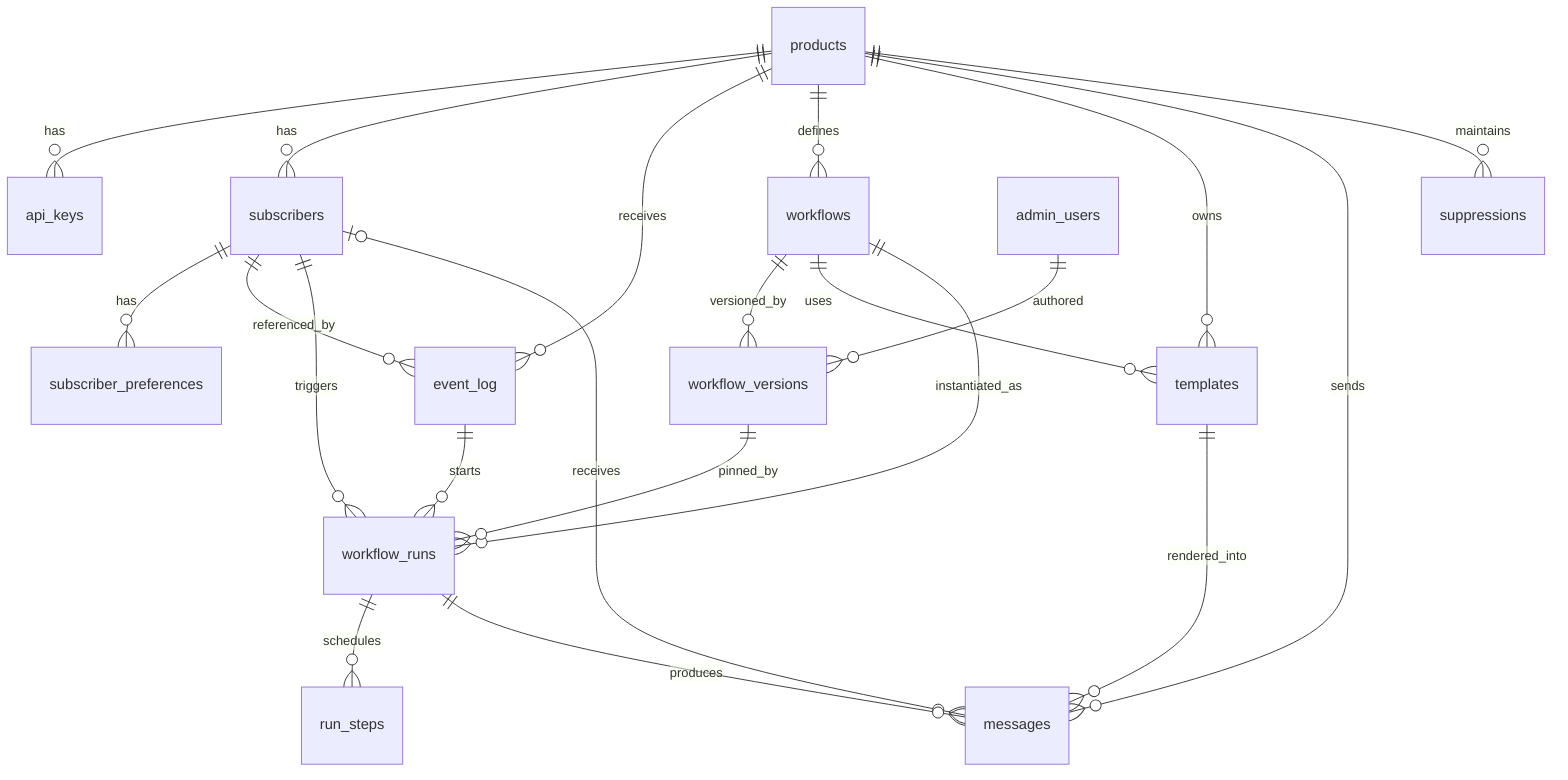
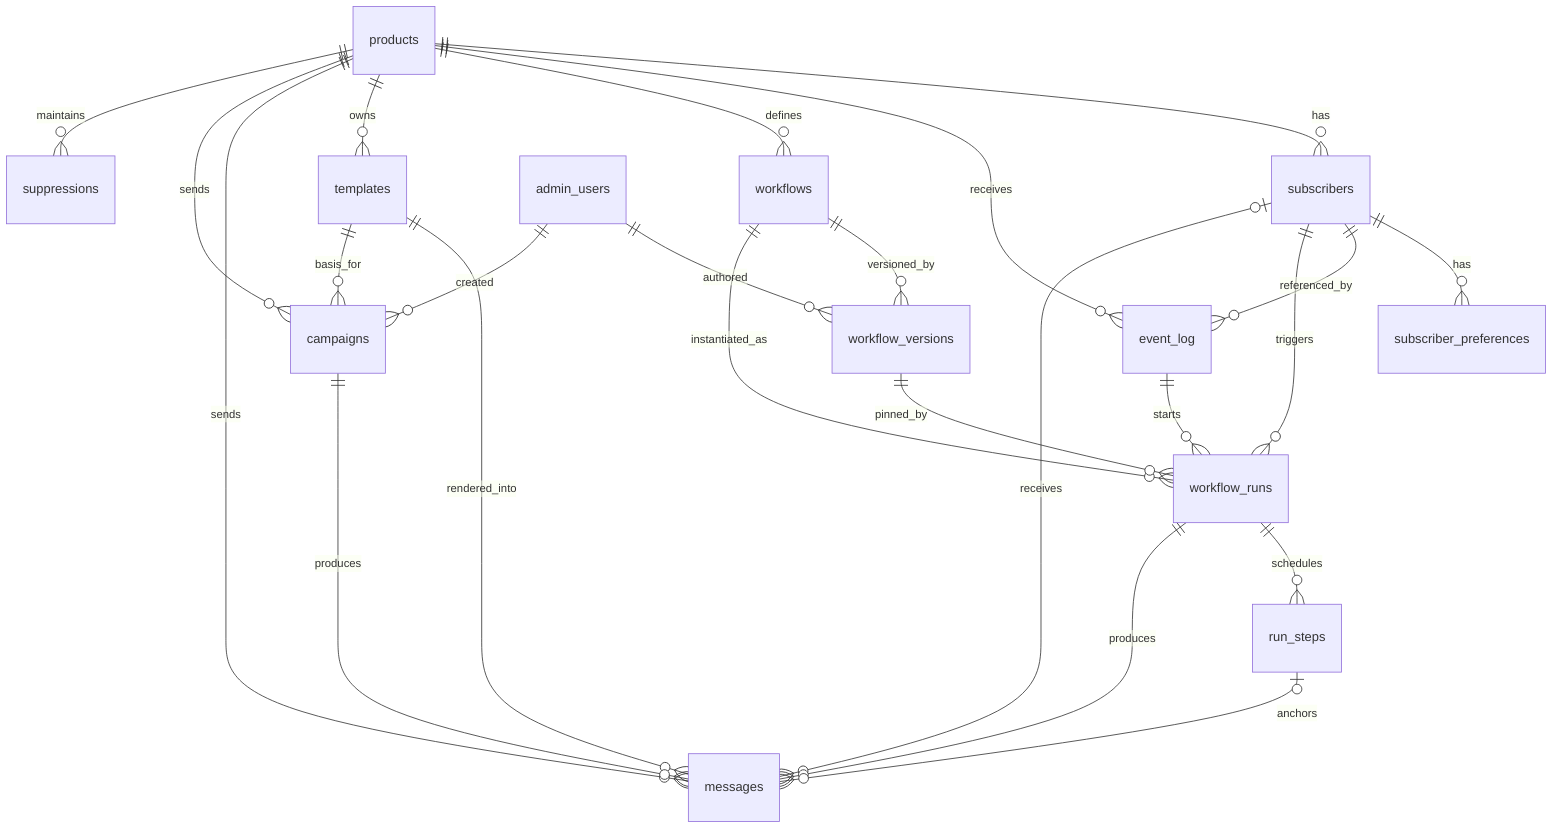
erDiagram
-   products ||--o{ api_keys : has
  products ||--o{ subscribers : has
  products ||--o{ event_log : receives
  products ||--o{ workflows : defines
  products ||--o{ templates : owns
  products ||--o{ messages : sends
+   products ||--o{ campaigns : sends
  products ||--o{ suppressions : maintains
  subscribers ||--o{ subscriber_preferences : has
  subscribers ||--o{ event_log : referenced_by
  subscribers ||--o{ workflow_runs : triggers
  subscribers |o--o{ messages : receives
  workflows ||--o{ workflow_versions : versioned_by
-   workflows ||--o{ templates : uses
  workflows ||--o{ workflow_runs : instantiated_as
  workflow_versions ||--o{ workflow_runs : pinned_by
  workflow_runs ||--o{ run_steps : schedules
  workflow_runs ||--o{ messages : produces
+   run_steps |o--o{ messages : anchors
  templates ||--o{ messages : rendered_into
+   templates ||--o{ campaigns : basis_for
+   campaigns ||--o{ messages : produces
  event_log ||--o{ workflow_runs : starts
  admin_users ||--o{ workflow_versions : authored
+   admin_users ||--o{ campaigns : created
